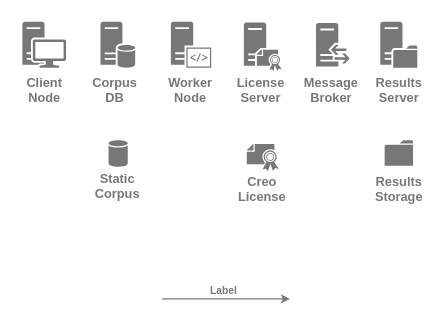
This is page "Components" (1 of 4) of docs/assets/component-diagram.drawio.xml from LOGiCS-Project/swri-simple-uam-pipeline, a draw.io file, before an edit. Source tidied: cells renumbered, new cells numbered last; positions are measured from the earlier drawing's top-left corner, leaving out a move shared by most shapes. Both pictures are drawn from the tidied source at 128%, with x=0, y=0 at pixel (22, 20).
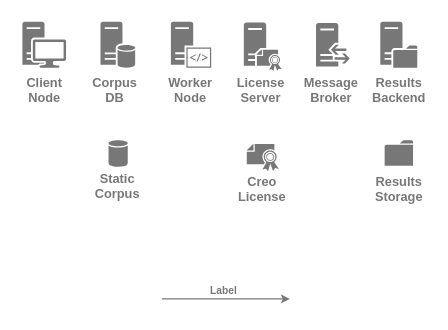
Above is the later version.

The change refers to these unchanged cells:
```xml
<mxCell id="17" style="group;" parent="1" vertex="1">
  <mxGeometry x="277.6" y="0.4" width="33" height="59.6" as="geometry" />
</mxCell>
```

What changed in the source:
```diff
@@
-    <mxCell id="19" value="Results&lt;div&gt;Server&lt;br&gt;&lt;/div&gt;" style="text;html=1;strokeColor=none;fillColor=none;align=center;verticalAlign=middle;whiteSpace=wrap;rounded=0;fontStyle=1;fontColor=#777777;fontSize=10;" parent="17" vertex="1">
+    <mxCell id="19" value="&lt;div align=&quot;center&quot;&gt;Results&lt;/div&gt;&lt;div align=&quot;center&quot;&gt;Backend&lt;/div&gt;" style="text;html=1;strokeColor=none;fillColor=none;align=center;verticalAlign=middle;whiteSpace=wrap;rounded=0;fontStyle=1;fontColor=#777777;fontSize=10;" parent="17" vertex="1">
       <mxGeometry y="47.6" width="33" height="12" as="geometry" />
     </mxCell>
```
